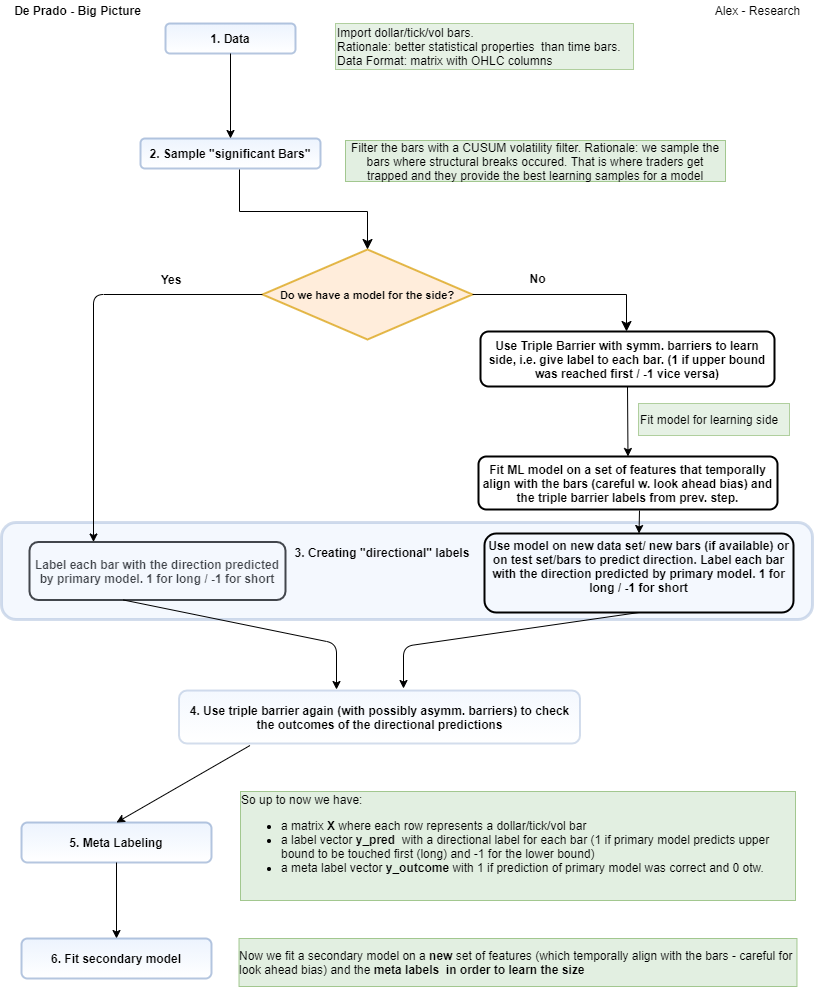
aarzt21/MasterThesisETHZ keeps this draw.io diagram as Graphics/overview.png. Above is the earlier version. Source tidied: cells renumbered, new cells last; positions are measured from the earlier drawing's top-left corner, leaving out a move shared by most shapes.
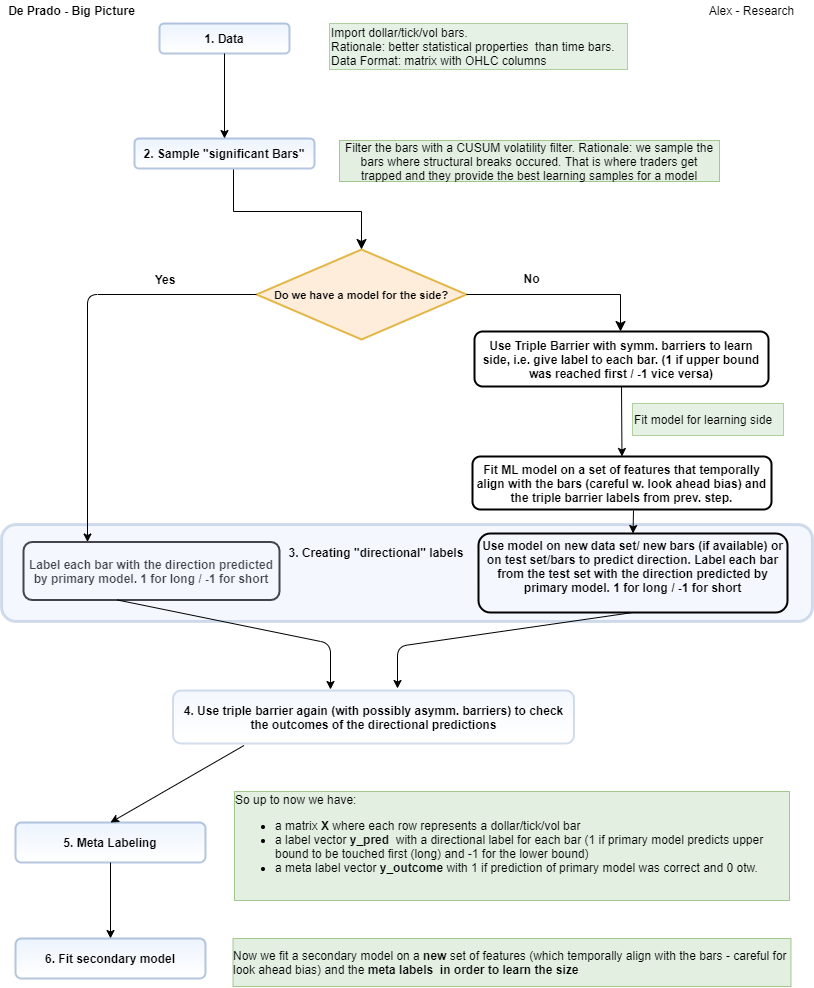
The same diagram one commit later.

Change to the diagram source:
```diff
@@ -49,7 +49,7 @@
       <mxGeometry relative="1" as="geometry" />
     </mxCell>
     <mxCell id="14" style="rounded=1;whiteSpace=wrap;html=1;strokeWidth=3;opacity=30;strokeColor=#6c8ebf;fillColor=#dae8fc;" parent="1" vertex="1">
-      <mxGeometry y="522" width="811" height="97" as="geometry" />
+      <mxGeometry x="6" y="524" width="811" height="97" as="geometry" />
     </mxCell>
     <mxCell id="15" value="&lt;b&gt;3. Creating &quot;directional&quot; labels&lt;/b&gt;" style="text;html=1;strokeColor=none;fillColor=none;align=center;verticalAlign=middle;whiteSpace=wrap;rounded=0;opacity=30;" parent="1" vertex="1">
       <mxGeometry x="251" y="541.5" width="260" height="20" as="geometry" />
@@ -71,7 +71,7 @@
         <mxPoint x="638" y="510" as="sourcePoint" />
       </mxGeometry>
     </mxCell>
-    <mxCell id="21" value="&lt;b&gt;Use model on new data set/ new bars (if available) or on test set/bars to predict direction.&amp;nbsp;&lt;/b&gt;&lt;b&gt;Label each bar with the direction predicted by primary model. 1 for long / -1 for short&lt;/b&gt;&lt;b&gt;&lt;br&gt;&lt;br&gt;&lt;/b&gt;" style="rounded=1;whiteSpace=wrap;html=1;strokeWidth=2;gradientColor=#ffffff;fillColor=none;" parent="1" vertex="1">
+    <mxCell id="21" value="&lt;b&gt;Use model on new data set/ new bars (if available) or on test set/bars to predict direction.&amp;nbsp;&lt;/b&gt;&lt;b&gt;Label each bar from the test set with the direction predicted by primary model. 1 for long / -1 for short&lt;/b&gt;&lt;b&gt;&lt;br&gt;&lt;br&gt;&lt;/b&gt;" style="rounded=1;whiteSpace=wrap;html=1;strokeWidth=2;gradientColor=#ffffff;fillColor=none;" parent="1" vertex="1">
       <mxGeometry x="483" y="533" width="309" height="79" as="geometry" />
     </mxCell>
     <mxCell id="22" style="endArrow=classic;html=1;strokeColor=#000000;strokeWidth=1;exitX=0.177;exitY=1.038;exitDx=0;exitDy=0;exitPerimeter=0;entryX=0.5;entryY=0;entryDx=0;entryDy=0;" parent="1" edge="1" source="26" target="16">
```
